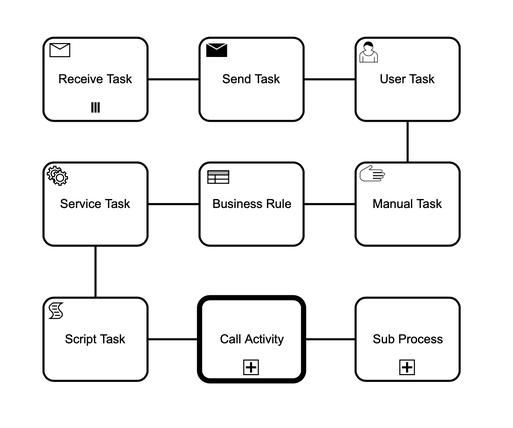
This is man/img/tasks.png from synrc/bpe, a BPMN export, as it was before one commit. Its source is kept beside it as man/img/tasks.bpmn. Ids are renumbered. Source of this version:
```xml
<bpmn:definitions xmlns:xsi="http://www.w3.org/2001/XMLSchema-instance" xmlns:bpmn="http://www.omg.org/spec/BPMN/20100524/MODEL" xmlns:bpmndi="http://www.omg.org/spec/BPMN/20100524/DI" xmlns:dc="http://www.omg.org/spec/DD/20100524/DC" xmlns:di="http://www.omg.org/spec/DD/20100524/DI" id="Definitions_n1" targetNamespace="http://bpmn.io/schema/bpmn" exporter="bpmn-js (https://demo.bpmn.io)" exporterVersion="5.1.2">
  <bpmn:process id="Process_n2" isExecutable="false">
    <bpmn:startEvent id="StartEvent_n3" />
    <bpmn:sequenceFlow id="SequenceFlow_n4" sourceRef="Task_n5" targetRef="Task_n6" />
    <bpmn:sequenceFlow id="SequenceFlow_n7" sourceRef="Task_n6" targetRef="Task_n8" />
    <bpmn:receiveTask id="Task_n5" name="Receive Task">
      <bpmn:outgoing>SequenceFlow_n4</bpmn:outgoing>
      <bpmn:multiInstanceLoopCharacteristics />
    </bpmn:receiveTask>
    <bpmn:sendTask id="Task_n6" name="Send Task">
      <bpmn:incoming>SequenceFlow_n4</bpmn:incoming>
      <bpmn:outgoing>SequenceFlow_n7</bpmn:outgoing>
    </bpmn:sendTask>
    <bpmn:userTask id="Task_n8" name="User Task">
      <bpmn:incoming>SequenceFlow_n7</bpmn:incoming>
      <bpmn:outgoing>SequenceFlow_n9</bpmn:outgoing>
    </bpmn:userTask>
    <bpmn:sequenceFlow id="SequenceFlow_n9" sourceRef="Task_n8" targetRef="Task_n10" />
    <bpmn:manualTask id="Task_n10" name="Manual Task">
      <bpmn:incoming>SequenceFlow_n9</bpmn:incoming>
      <bpmn:outgoing>SequenceFlow_n11</bpmn:outgoing>
    </bpmn:manualTask>
    <bpmn:sequenceFlow id="SequenceFlow_n11" sourceRef="Task_n10" targetRef="Task_n12" />
    <bpmn:businessRuleTask id="Task_n12" name="Business Rule">
      <bpmn:incoming>SequenceFlow_n11</bpmn:incoming>
      <bpmn:outgoing>SequenceFlow_n13</bpmn:outgoing>
    </bpmn:businessRuleTask>
    <bpmn:sequenceFlow id="SequenceFlow_n13" sourceRef="Task_n12" targetRef="Task_n14" />
    <bpmn:serviceTask id="Task_n14" name="Service Task">
      <bpmn:incoming>SequenceFlow_n13</bpmn:incoming>
      <bpmn:outgoing>SequenceFlow_n15</bpmn:outgoing>
    </bpmn:serviceTask>
    <bpmn:sequenceFlow id="SequenceFlow_n15" sourceRef="Task_n14" targetRef="Task_n16" />
    <bpmn:sequenceFlow id="SequenceFlow_n17" sourceRef="Task_n16" targetRef="Task_n18" />
    <bpmn:sequenceFlow id="SequenceFlow_n19" sourceRef="Task_n18" targetRef="Task_n20" />
    <bpmn:subProcess id="Task_n20" name="Sub Process">
      <bpmn:incoming>SequenceFlow_n19</bpmn:incoming>
    </bpmn:subProcess>
    <bpmn:scriptTask id="Task_n16" name="Script Task">
      <bpmn:incoming>SequenceFlow_n15</bpmn:incoming>
      <bpmn:outgoing>SequenceFlow_n17</bpmn:outgoing>
    </bpmn:scriptTask>
    <bpmn:callActivity id="Task_n18" name="Call Activity">
      <bpmn:incoming>SequenceFlow_n17</bpmn:incoming>
      <bpmn:outgoing>SequenceFlow_n19</bpmn:outgoing>
    </bpmn:callActivity>
  </bpmn:process>
  <bpmndi:BPMNDiagram id="BPMNDiagram_1">
    <bpmndi:BPMNPlane id="BPMNPlane_1" bpmnElement="Process_n2">
      <bpmndi:BPMNShape id="_BPMNShape_StartEvent_2" bpmnElement="StartEvent_n3">
        <dc:Bounds x="156" y="81" width="36" height="36" />
      </bpmndi:BPMNShape>
      <bpmndi:BPMNEdge id="SequenceFlow_n4_di" bpmnElement="SequenceFlow_n4">
        <di:waypoint x="510" y="340" />
        <di:waypoint x="560" y="340" />
      </bpmndi:BPMNEdge>
      <bpmndi:BPMNEdge id="SequenceFlow_n7_di" bpmnElement="SequenceFlow_n7">
        <di:waypoint x="660" y="340" />
        <di:waypoint x="710" y="340" />
      </bpmndi:BPMNEdge>
      <bpmndi:BPMNShape id="ReceiveTask_0wim90e_di" bpmnElement="Task_n5">
        <dc:Bounds x="410" y="300" width="100" height="80" />
      </bpmndi:BPMNShape>
      <bpmndi:BPMNShape id="SendTask_0thvp58_di" bpmnElement="Task_n6">
        <dc:Bounds x="560" y="300" width="100" height="80" />
      </bpmndi:BPMNShape>
      <bpmndi:BPMNShape id="UserTask_1gc21mw_di" bpmnElement="Task_n8">
        <dc:Bounds x="710" y="300" width="100" height="80" />
      </bpmndi:BPMNShape>
      <bpmndi:BPMNEdge id="SequenceFlow_n9_di" bpmnElement="SequenceFlow_n9">
        <di:waypoint x="760" y="380" />
        <di:waypoint x="760" y="420" />
      </bpmndi:BPMNEdge>
      <bpmndi:BPMNShape id="ManualTask_0m5vtc8_di" bpmnElement="Task_n10">
        <dc:Bounds x="710" y="420" width="100" height="80" />
      </bpmndi:BPMNShape>
      <bpmndi:BPMNEdge id="SequenceFlow_n11_di" bpmnElement="SequenceFlow_n11">
        <di:waypoint x="710" y="460" />
        <di:waypoint x="660" y="460" />
      </bpmndi:BPMNEdge>
      <bpmndi:BPMNShape id="BusinessRuleTask_1op1ewv_di" bpmnElement="Task_n12">
        <dc:Bounds x="560" y="420" width="100" height="80" />
      </bpmndi:BPMNShape>
      <bpmndi:BPMNEdge id="SequenceFlow_n13_di" bpmnElement="SequenceFlow_n13">
        <di:waypoint x="560" y="460" />
        <di:waypoint x="510" y="460" />
      </bpmndi:BPMNEdge>
      <bpmndi:BPMNShape id="ServiceTask_1myspe6_di" bpmnElement="Task_n14">
        <dc:Bounds x="410" y="420" width="100" height="80" />
      </bpmndi:BPMNShape>
      <bpmndi:BPMNEdge id="SequenceFlow_n15_di" bpmnElement="SequenceFlow_n15">
        <di:waypoint x="460" y="500" />
        <di:waypoint x="460" y="550" />
      </bpmndi:BPMNEdge>
      <bpmndi:BPMNEdge id="SequenceFlow_n17_di" bpmnElement="SequenceFlow_n17">
        <di:waypoint x="510" y="590" />
        <di:waypoint x="560" y="590" />
      </bpmndi:BPMNEdge>
      <bpmndi:BPMNEdge id="SequenceFlow_n19_di" bpmnElement="SequenceFlow_n19">
        <di:waypoint x="660" y="590" />
        <di:waypoint x="710" y="590" />
      </bpmndi:BPMNEdge>
      <bpmndi:BPMNShape id="SubProcess_0yba75y_di" bpmnElement="Task_n20">
        <dc:Bounds x="710" y="550" width="100" height="80" />
      </bpmndi:BPMNShape>
      <bpmndi:BPMNShape id="ScriptTask_0iscx8q_di" bpmnElement="Task_n16">
        <dc:Bounds x="410" y="550" width="100" height="80" />
      </bpmndi:BPMNShape>
      <bpmndi:BPMNShape id="CallActivity_0c3jqxl_di" bpmnElement="Task_n18">
        <dc:Bounds x="560" y="550" width="100" height="80" />
      </bpmndi:BPMNShape>
    </bpmndi:BPMNPlane>
  </bpmndi:BPMNDiagram>
</bpmn:definitions>
```
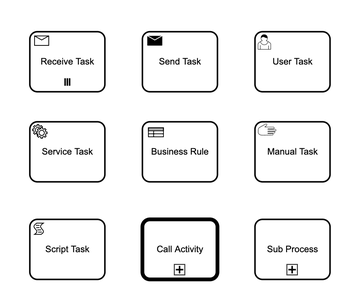
The same file after the commit.

What changed in the source:
```diff
@@ -1,63 +1,43 @@
-<bpmn:definitions xmlns:xsi="http://www.w3.org/2001/XMLSchema-instance" xmlns:bpmn="http://www.omg.org/spec/BPMN/20100524/MODEL" xmlns:bpmndi="http://www.omg.org/spec/BPMN/20100524/DI" xmlns:dc="http://www.omg.org/spec/DD/20100524/DC" xmlns:di="http://www.omg.org/spec/DD/20100524/DI" id="Definitions_n1" targetNamespace="http://bpmn.io/schema/bpmn" exporter="bpmn-js (https://demo.bpmn.io)" exporterVersion="5.1.2">
+<bpmn:definitions xmlns:xsi="http://www.w3.org/2001/XMLSchema-instance" xmlns:bpmn="http://www.omg.org/spec/BPMN/20100524/MODEL" xmlns:bpmndi="http://www.omg.org/spec/BPMN/20100524/DI" xmlns:dc="http://www.omg.org/spec/DD/20100524/DC" xmlns:di="http://www.omg.org/spec/DD/20100524/DI" id="Definitions_n1" targetNamespace="http://bpmn.io/schema/bpmn" exporter="Camunda Modeler" exporterVersion="3.3.4">
   <bpmn:process id="Process_n2" isExecutable="false">
     <bpmn:startEvent id="StartEvent_n3" />
-    <bpmn:sequenceFlow id="SequenceFlow_n4" sourceRef="Task_n5" targetRef="Task_n6" />
-    <bpmn:sequenceFlow id="SequenceFlow_n7" sourceRef="Task_n6" targetRef="Task_n8" />
     <bpmn:receiveTask id="Task_n5" name="Receive Task">
-      <bpmn:outgoing>SequenceFlow_n4</bpmn:outgoing>
       <bpmn:multiInstanceLoopCharacteristics />
     </bpmn:receiveTask>
-    <bpmn:sendTask id="Task_n6" name="Send Task">
-      <bpmn:incoming>SequenceFlow_n4</bpmn:incoming>
-      <bpmn:outgoing>SequenceFlow_n7</bpmn:outgoing>
-    </bpmn:sendTask>
-    <bpmn:userTask id="Task_n8" name="User Task">
-      <bpmn:incoming>SequenceFlow_n7</bpmn:incoming>
-      <bpmn:outgoing>SequenceFlow_n9</bpmn:outgoing>
-    </bpmn:userTask>
-    <bpmn:sequenceFlow id="SequenceFlow_n9" sourceRef="Task_n8" targetRef="Task_n10" />
-    <bpmn:manualTask id="Task_n10" name="Manual Task">
-      <bpmn:incoming>SequenceFlow_n9</bpmn:incoming>
-      <bpmn:outgoing>SequenceFlow_n11</bpmn:outgoing>
-    </bpmn:manualTask>
-    <bpmn:sequenceFlow id="SequenceFlow_n11" sourceRef="Task_n10" targetRef="Task_n12" />
-    <bpmn:businessRuleTask id="Task_n12" name="Business Rule">
-      <bpmn:incoming>SequenceFlow_n11</bpmn:incoming>
-      <bpmn:outgoing>SequenceFlow_n13</bpmn:outgoing>
-    </bpmn:businessRuleTask>
-    <bpmn:sequenceFlow id="SequenceFlow_n13" sourceRef="Task_n12" targetRef="Task_n14" />
-    <bpmn:serviceTask id="Task_n14" name="Service Task">
-      <bpmn:incoming>SequenceFlow_n13</bpmn:incoming>
-      <bpmn:outgoing>SequenceFlow_n15</bpmn:outgoing>
-    </bpmn:serviceTask>
-    <bpmn:sequenceFlow id="SequenceFlow_n15" sourceRef="Task_n14" targetRef="Task_n16" />
-    <bpmn:sequenceFlow id="SequenceFlow_n17" sourceRef="Task_n16" targetRef="Task_n18" />
-    <bpmn:sequenceFlow id="SequenceFlow_n19" sourceRef="Task_n18" targetRef="Task_n20" />
-    <bpmn:subProcess id="Task_n20" name="Sub Process">
-      <bpmn:incoming>SequenceFlow_n19</bpmn:incoming>
-    </bpmn:subProcess>
-    <bpmn:scriptTask id="Task_n16" name="Script Task">
-      <bpmn:incoming>SequenceFlow_n15</bpmn:incoming>
-      <bpmn:outgoing>SequenceFlow_n17</bpmn:outgoing>
-    </bpmn:scriptTask>
-    <bpmn:callActivity id="Task_n18" name="Call Activity">
-      <bpmn:incoming>SequenceFlow_n17</bpmn:incoming>
-      <bpmn:outgoing>SequenceFlow_n19</bpmn:outgoing>
-    </bpmn:callActivity>
+    <bpmn:sendTask id="Task_n6" name="Send Task" />
+    <bpmn:userTask id="Task_n8" name="User Task" />
+    <bpmn:manualTask id="Task_n10" name="Manual Task" />
+    <bpmn:businessRuleTask id="Task_n12" name="Business Rule" />
+    <bpmn:serviceTask id="Task_n14" name="Service Task" />
+    <bpmn:subProcess id="Task_n20" name="Sub Process" />
+    <bpmn:scriptTask id="Task_n16" name="Script Task" />
+    <bpmn:callActivity id="Task_n18" name="Call Activity" />
+    <bpmn:parallelGateway id="ExclusiveGateway_n21" name="Parallel Gateway" />
+    <bpmn:inclusiveGateway id="ExclusiveGateway_n22" name="Inclusive Gateway" />
+    <bpmn:eventBasedGateway id="ExclusiveGateway_n23" name="Event-based Gateway" />
+    <bpmn:exclusiveGateway id="ExclusiveGateway_n24" name="Exclusive Gateway" />
+    <bpmn:task id="Task_n25">
+      <bpmn:outgoing>SequenceFlow_n26</bpmn:outgoing>
+    </bpmn:task>
+    <bpmn:task id="Task_n27">
+      <bpmn:incoming>SequenceFlow_n26</bpmn:incoming>
+    </bpmn:task>
+    <bpmn:sequenceFlow id="SequenceFlow_n26" name="Conditional Arrow" sourceRef="Task_n25" targetRef="Task_n27">
+      <bpmn:conditionExpression xsi:type="bpmn:tFormalExpression"></bpmn:conditionExpression>
+    </bpmn:sequenceFlow>
+    <bpmn:task id="Task_n28">
+      <bpmn:outgoing>SequenceFlow_n29</bpmn:outgoing>
+    </bpmn:task>
+    <bpmn:task id="Task_n30">
+      <bpmn:incoming>SequenceFlow_n29</bpmn:incoming>
+    </bpmn:task>
+    <bpmn:sequenceFlow id="SequenceFlow_n29" name="Atom Arrow" sourceRef="Task_n28" targetRef="Task_n30" />
   </bpmn:process>
   <bpmndi:BPMNDiagram id="BPMNDiagram_1">
     <bpmndi:BPMNPlane id="BPMNPlane_1" bpmnElement="Process_n2">
       <bpmndi:BPMNShape id="_BPMNShape_StartEvent_2" bpmnElement="StartEvent_n3">
         <dc:Bounds x="156" y="81" width="36" height="36" />
       </bpmndi:BPMNShape>
-      <bpmndi:BPMNEdge id="SequenceFlow_n4_di" bpmnElement="SequenceFlow_n4">
-        <di:waypoint x="510" y="340" />
-        <di:waypoint x="560" y="340" />
-      </bpmndi:BPMNEdge>
-      <bpmndi:BPMNEdge id="SequenceFlow_n7_di" bpmnElement="SequenceFlow_n7">
-        <di:waypoint x="660" y="340" />
-        <di:waypoint x="710" y="340" />
-      </bpmndi:BPMNEdge>
       <bpmndi:BPMNShape id="ReceiveTask_0wim90e_di" bpmnElement="Task_n5">
         <dc:Bounds x="410" y="300" width="100" height="80" />
       </bpmndi:BPMNShape>
@@ -67,39 +47,15 @@
       <bpmndi:BPMNShape id="UserTask_1gc21mw_di" bpmnElement="Task_n8">
         <dc:Bounds x="710" y="300" width="100" height="80" />
       </bpmndi:BPMNShape>
-      <bpmndi:BPMNEdge id="SequenceFlow_n9_di" bpmnElement="SequenceFlow_n9">
-        <di:waypoint x="760" y="380" />
-        <di:waypoint x="760" y="420" />
-      </bpmndi:BPMNEdge>
       <bpmndi:BPMNShape id="ManualTask_0m5vtc8_di" bpmnElement="Task_n10">
         <dc:Bounds x="710" y="420" width="100" height="80" />
       </bpmndi:BPMNShape>
-      <bpmndi:BPMNEdge id="SequenceFlow_n11_di" bpmnElement="SequenceFlow_n11">
-        <di:waypoint x="710" y="460" />
-        <di:waypoint x="660" y="460" />
-      </bpmndi:BPMNEdge>
       <bpmndi:BPMNShape id="BusinessRuleTask_1op1ewv_di" bpmnElement="Task_n12">
         <dc:Bounds x="560" y="420" width="100" height="80" />
       </bpmndi:BPMNShape>
-      <bpmndi:BPMNEdge id="SequenceFlow_n13_di" bpmnElement="SequenceFlow_n13">
-        <di:waypoint x="560" y="460" />
-        <di:waypoint x="510" y="460" />
-      </bpmndi:BPMNEdge>
       <bpmndi:BPMNShape id="ServiceTask_1myspe6_di" bpmnElement="Task_n14">
         <dc:Bounds x="410" y="420" width="100" height="80" />
       </bpmndi:BPMNShape>
-      <bpmndi:BPMNEdge id="SequenceFlow_n15_di" bpmnElement="SequenceFlow_n15">
-        <di:waypoint x="460" y="500" />
-        <di:waypoint x="460" y="550" />
-      </bpmndi:BPMNEdge>
-      <bpmndi:BPMNEdge id="SequenceFlow_n17_di" bpmnElement="SequenceFlow_n17">
-        <di:waypoint x="510" y="590" />
-        <di:waypoint x="560" y="590" />
-      </bpmndi:BPMNEdge>
-      <bpmndi:BPMNEdge id="SequenceFlow_n19_di" bpmnElement="SequenceFlow_n19">
-        <di:waypoint x="660" y="590" />
-        <di:waypoint x="710" y="590" />
-      </bpmndi:BPMNEdge>
       <bpmndi:BPMNShape id="SubProcess_0yba75y_di" bpmnElement="Task_n20">
         <dc:Bounds x="710" y="550" width="100" height="80" />
       </bpmndi:BPMNShape>
@@ -109,6 +65,56 @@
       <bpmndi:BPMNShape id="CallActivity_0c3jqxl_di" bpmnElement="Task_n18">
         <dc:Bounds x="560" y="550" width="100" height="80" />
       </bpmndi:BPMNShape>
+      <bpmndi:BPMNShape id="ParallelGateway_197kkzy_di" bpmnElement="ExclusiveGateway_n21">
+        <dc:Bounds x="1015" y="255" width="50" height="50" />
+        <bpmndi:BPMNLabel>
+          <dc:Bounds x="1000" y="312" width="84" height="14" />
+        </bpmndi:BPMNLabel>
+      </bpmndi:BPMNShape>
+      <bpmndi:BPMNShape id="InclusiveGateway_18t1ujx_di" bpmnElement="ExclusiveGateway_n22">
+        <dc:Bounds x="1115" y="255" width="50" height="50" />
+        <bpmndi:BPMNLabel>
+          <dc:Bounds x="1095" y="312" width="90" height="14" />
+        </bpmndi:BPMNLabel>
+      </bpmndi:BPMNShape>
+      <bpmndi:BPMNShape id="EventBasedGateway_1ji5bya_di" bpmnElement="ExclusiveGateway_n23">
+        <dc:Bounds x="1115" y="365" width="50" height="50" />
+        <bpmndi:BPMNLabel>
+          <dc:Bounds x="1109" y="422" width="62" height="27" />
+        </bpmndi:BPMNLabel>
+      </bpmndi:BPMNShape>
+      <bpmndi:BPMNShape id="ExclusiveGateway_0qusmys_di" bpmnElement="ExclusiveGateway_n24" isMarkerVisible="true">
+        <dc:Bounds x="1015" y="365" width="50" height="50" />
+        <bpmndi:BPMNLabel>
+          <dc:Bounds x="1017" y="422" width="47" height="27" />
+        </bpmndi:BPMNLabel>
+      </bpmndi:BPMNShape>
+      <bpmndi:BPMNShape id="Task_n25_di" bpmnElement="Task_n25">
+        <dc:Bounds x="900" y="530" width="100" height="80" />
+      </bpmndi:BPMNShape>
+      <bpmndi:BPMNShape id="Task_n27_di" bpmnElement="Task_n27">
+        <dc:Bounds x="1130" y="530" width="100" height="80" />
+      </bpmndi:BPMNShape>
+      <bpmndi:BPMNEdge id="SequenceFlow_n26_di" bpmnElement="SequenceFlow_n26">
+        <di:waypoint x="1000" y="570" />
+        <di:waypoint x="1130" y="570" />
+        <bpmndi:BPMNLabel>
+          <dc:Bounds x="1022" y="552" width="87" height="14" />
+        </bpmndi:BPMNLabel>
+      </bpmndi:BPMNEdge>
+      <bpmndi:BPMNShape id="Task_n28_di" bpmnElement="Task_n28">
+        <dc:Bounds x="900" y="620" width="100" height="80" />
+      </bpmndi:BPMNShape>
+      <bpmndi:BPMNShape id="Task_n30_di" bpmnElement="Task_n30">
+        <dc:Bounds x="1130" y="620" width="100" height="80" />
+      </bpmndi:BPMNShape>
+      <bpmndi:BPMNEdge id="SequenceFlow_n29_di" bpmnElement="SequenceFlow_n29">
+        <di:waypoint x="1000" y="660" />
+        <di:waypoint x="1130" y="660" />
+        <bpmndi:BPMNLabel>
+          <dc:Bounds x="1037" y="642" width="58" height="14" />
+        </bpmndi:BPMNLabel>
+      </bpmndi:BPMNEdge>
     </bpmndi:BPMNPlane>
   </bpmndi:BPMNDiagram>
 </bpmn:definitions>
```
